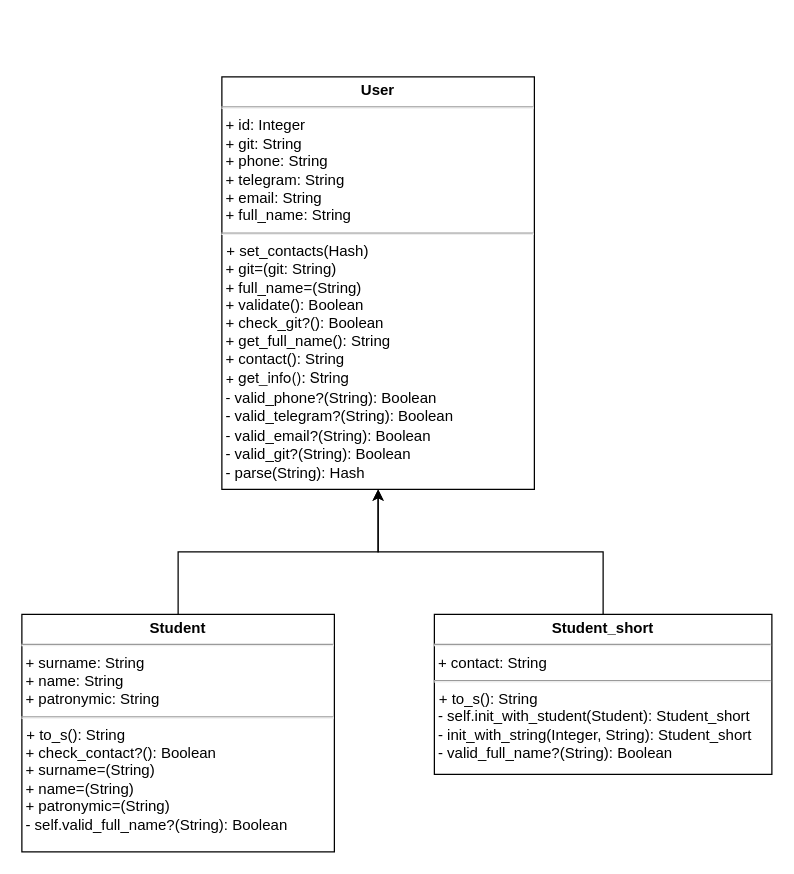
asyanix/designPatterns keeps this draw.io diagram as Student Authorization System/Student_Diagr.drawio. Above is the earlier version. Source tidied: cells renumbered, new cells numbered last; positions are measured from the earlier drawing's top-left corner, leaving out a move shared by most shapes. Both pictures are drawn from the tidied source at 125%, with x=0, y=0 at pixel (21, 76).
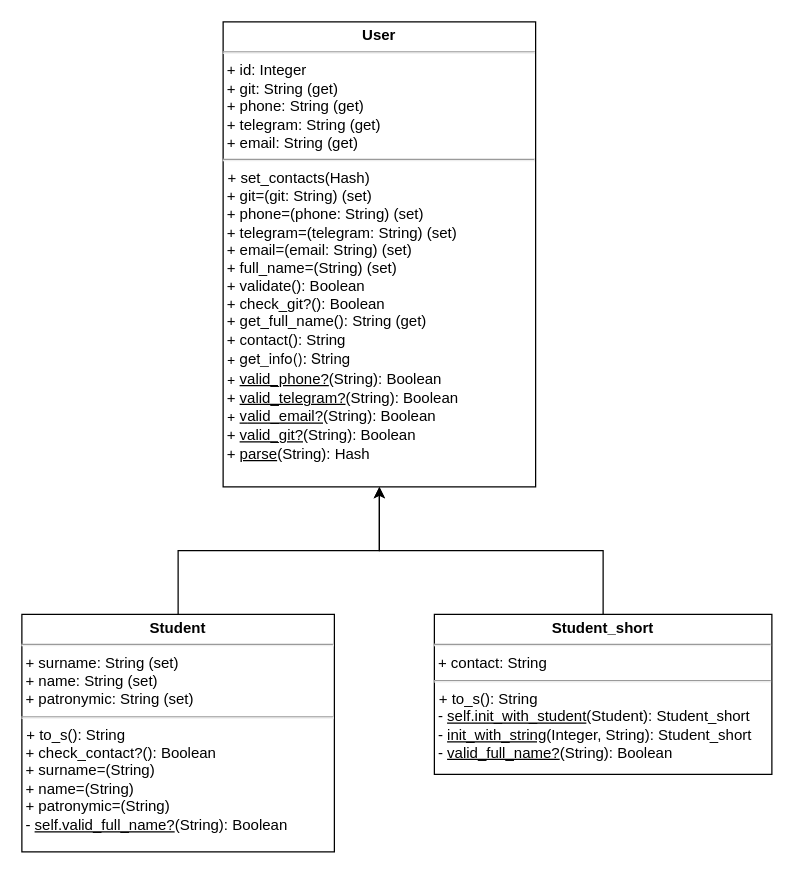
After the change.

What changed in the source:
```diff
@@
 <mxGraphModel>
   <root>
     <mxCell id="0" />
     <mxCell id="1" parent="0" />
-    <mxCell id="2" value="&lt;p style=&quot;margin: 4px 0px 0px; text-align: center;&quot;&gt;&lt;b style=&quot;&quot;&gt;&lt;font style=&quot;font-size: 12px;&quot;&gt;User&lt;/font&gt;&lt;/b&gt;&lt;/p&gt;&lt;hr style=&quot;&quot;&gt;&lt;div style=&quot;border-color: var(--border-color);&quot;&gt;&lt;font style=&quot;border-color: var(--border-color); font-size: 12px;&quot; face=&quot;Helvetica&quot;&gt;&amp;nbsp;+ id: Integer&lt;/font&gt;&lt;/div&gt;&lt;div style=&quot;border-color: var(--border-color);&quot;&gt;&lt;font style=&quot;font-size: 12px;&quot;&gt;&amp;nbsp;+ git: String&lt;/font&gt;&lt;/div&gt;&lt;div style=&quot;border-color: var(--border-color);&quot;&gt;&lt;font style=&quot;font-size: 12px;&quot;&gt;&amp;nbsp;+ phone: String&lt;/font&gt;&lt;/div&gt;&lt;div style=&quot;border-color: var(--border-color);&quot;&gt;&lt;font style=&quot;font-size: 12px;&quot;&gt;&amp;nbsp;+ telegram: String&lt;/font&gt;&lt;/div&gt;&lt;div style=&quot;border-color: var(--border-color);&quot;&gt;&lt;font style=&quot;font-size: 12px;&quot;&gt;&amp;nbsp;+ email: String&lt;/font&gt;&lt;/div&gt;&lt;div style=&quot;border-color: var(--border-color);&quot;&gt;&lt;font style=&quot;font-size: 12px;&quot;&gt;&amp;nbsp;+ full_name: String&lt;/font&gt;&lt;/div&gt;&lt;hr style=&quot;&quot;&gt;&lt;p style=&quot;margin: 0px 0px 0px 4px;&quot;&gt;&lt;font style=&quot;font-size: 12px;&quot;&gt;+ set_contacts(Hash)&amp;nbsp;&lt;/font&gt;&lt;/p&gt;&lt;font style=&quot;font-size: 12px;&quot;&gt;&amp;nbsp;+ git=(git: String)&lt;br style=&quot;&quot;&gt;&amp;nbsp;+ full_name=(String)&lt;br style=&quot;&quot;&gt;&amp;nbsp;+&amp;nbsp;validate(): Boolean&lt;br style=&quot;&quot;&gt;&amp;nbsp;+&amp;nbsp;check_git?(): Boolean&lt;br style=&quot;&quot;&gt;&amp;nbsp;+&amp;nbsp;get_full_name(): String&lt;br style=&quot;&quot;&gt;&amp;nbsp;+ contact(): String&lt;br style=&quot;&quot;&gt;&lt;span style=&quot;font-family: &amp;quot;Helvetica Neue&amp;quot;; background-color: initial;&quot; class=&quot;Apple-converted-space&quot;&gt;&amp;nbsp;+ get_info(): String&lt;span style=&quot;background-color: initial;&quot; class=&quot;Apple-converted-space&quot;&gt;&amp;nbsp;&lt;/span&gt;&lt;span style=&quot;background-color: initial;&quot;&gt;&amp;nbsp;&lt;br&gt;&lt;/span&gt;&amp;nbsp;-&amp;nbsp;&lt;/span&gt;valid_phone?(String): Boolean&lt;br&gt;&amp;nbsp;-&amp;nbsp;valid_telegram?(String): Boolean&lt;span style=&quot;font-family: &amp;quot;Helvetica Neue&amp;quot;; background-color: initial;&quot; class=&quot;Apple-converted-space&quot;&gt;&amp;nbsp;&lt;br&gt;&amp;nbsp;- v&lt;/span&gt;alid_email?(String): Boolean&lt;br&gt;&amp;nbsp;-&amp;nbsp;valid_git?(String): Boolean&lt;br&gt;&amp;nbsp;- parse(String): Hash&amp;nbsp;&lt;span style=&quot;font-family: &amp;quot;Helvetica Neue&amp;quot;; background-color: initial;&quot;&gt;&lt;/span&gt;&lt;br&gt;&lt;br&gt;&lt;span style=&quot;font-family: &amp;quot;Helvetica Neue&amp;quot;; background-color: initial;&quot; class=&quot;Apple-converted-space&quot;&gt;&amp;nbsp;&lt;/span&gt;&lt;/font&gt;" style="verticalAlign=top;align=left;overflow=fill;fontSize=12;fontFamily=Helvetica;html=1;whiteSpace=wrap;spacingLeft=1;spacing=0;spacingTop=0;" parent="1" vertex="1">
-      <mxGeometry x="160" width="250" height="330" as="geometry" />
+    <mxCell id="2" value="&lt;p style=&quot;margin: 4px 0px 0px; text-align: center;&quot;&gt;&lt;b style=&quot;&quot;&gt;&lt;font style=&quot;font-size: 12px;&quot;&gt;User&lt;/font&gt;&lt;/b&gt;&lt;/p&gt;&lt;hr style=&quot;&quot;&gt;&lt;div style=&quot;border-color: var(--border-color);&quot;&gt;&lt;font style=&quot;border-color: var(--border-color); font-size: 12px;&quot; face=&quot;Helvetica&quot;&gt;&amp;nbsp;+ id: Integer&lt;/font&gt;&lt;/div&gt;&lt;div style=&quot;border-color: var(--border-color);&quot;&gt;&lt;font style=&quot;font-size: 12px;&quot;&gt;&amp;nbsp;+ git: String (get)&lt;/font&gt;&lt;/div&gt;&lt;div style=&quot;border-color: var(--border-color);&quot;&gt;&lt;font style=&quot;font-size: 12px;&quot;&gt;&amp;nbsp;+ phone: String (get)&lt;/font&gt;&lt;/div&gt;&lt;div style=&quot;border-color: var(--border-color);&quot;&gt;&lt;font style=&quot;font-size: 12px;&quot;&gt;&amp;nbsp;+ telegram: String (get)&lt;/font&gt;&lt;/div&gt;&lt;div style=&quot;border-color: var(--border-color);&quot;&gt;&lt;font style=&quot;font-size: 12px;&quot;&gt;&amp;nbsp;+ email: String (get)&lt;/font&gt;&lt;/div&gt;&lt;hr style=&quot;&quot;&gt;&lt;p style=&quot;margin: 0px 0px 0px 4px;&quot;&gt;&lt;font style=&quot;font-size: 12px;&quot;&gt;+ set_contacts(Hash)&amp;nbsp;&lt;/font&gt;&lt;/p&gt;&lt;font style=&quot;font-size: 12px;&quot;&gt;&amp;nbsp;+ git=(git: String) (set)&lt;br&gt;&amp;nbsp;+ phone=(phone: String) (set)&lt;br&gt;&amp;nbsp;+ telegram=(telegram: String) (set)&lt;br&gt;&amp;nbsp;+&amp;nbsp;email=(email: String) (set)&lt;br style=&quot;&quot;&gt;&amp;nbsp;+ full_name=(String) (set)&lt;br style=&quot;&quot;&gt;&amp;nbsp;+&amp;nbsp;validate(): Boolean&lt;br style=&quot;&quot;&gt;&amp;nbsp;+&amp;nbsp;check_git?(): Boolean&lt;br style=&quot;&quot;&gt;&amp;nbsp;+&amp;nbsp;get_full_name(): String (get)&lt;br style=&quot;&quot;&gt;&amp;nbsp;+ contact(): String&lt;br style=&quot;&quot;&gt;&lt;span style=&quot;font-family: &amp;quot;Helvetica Neue&amp;quot;; background-color: initial;&quot; class=&quot;Apple-converted-space&quot;&gt;&amp;nbsp;+ get_info(): String&lt;span style=&quot;background-color: initial;&quot; class=&quot;Apple-converted-space&quot;&gt;&amp;nbsp;&lt;/span&gt;&lt;span style=&quot;background-color: initial;&quot;&gt;&amp;nbsp;&lt;br&gt;&lt;/span&gt;&amp;nbsp;+&amp;nbsp;&lt;/span&gt;&lt;u&gt;valid_phone?&lt;/u&gt;(String): Boolean&lt;br&gt;&amp;nbsp;+&amp;nbsp;&lt;u&gt;valid_telegram?&lt;/u&gt;(String): Boolean&lt;span style=&quot;font-family: &amp;quot;Helvetica Neue&amp;quot;; background-color: initial;&quot; class=&quot;Apple-converted-space&quot;&gt;&amp;nbsp;&lt;br&gt;&amp;nbsp;+&amp;nbsp;&lt;u&gt;v&lt;/u&gt;&lt;/span&gt;&lt;u&gt;alid_email?&lt;/u&gt;(String): Boolean&lt;br&gt;&amp;nbsp;+&amp;nbsp;&lt;u&gt;valid_git?&lt;/u&gt;(String): Boolean&lt;br&gt;&amp;nbsp;+&amp;nbsp;&lt;u&gt;parse&lt;/u&gt;(String): Hash&amp;nbsp;&lt;span style=&quot;font-family: &amp;quot;Helvetica Neue&amp;quot;; background-color: initial;&quot;&gt;&lt;/span&gt;&lt;br&gt;&lt;br&gt;&lt;span style=&quot;font-family: &amp;quot;Helvetica Neue&amp;quot;; background-color: initial;&quot; class=&quot;Apple-converted-space&quot;&gt;&amp;nbsp;&lt;/span&gt;&lt;/font&gt;" style="verticalAlign=top;align=left;overflow=fill;fontSize=12;fontFamily=Helvetica;html=1;whiteSpace=wrap;spacingLeft=1;spacing=0;spacingTop=0;" parent="1" vertex="1">
+      <mxGeometry x="161" y="-44" width="250" height="372" as="geometry" />
     </mxCell>
     <mxCell id="3" style="edgeStyle=orthogonalEdgeStyle;rounded=0;jettySize=auto;html=1;entryX=0.5;entryY=1;entryDx=0;entryDy=0;" parent="1" edge="1" source="4" target="2">
       <mxGeometry relative="1" as="geometry" />
     </mxCell>
-    <mxCell id="4" value="&lt;p style=&quot;margin: 4px 0px 0px; text-align: center; font-size: 12px;&quot;&gt;&lt;b style=&quot;font-size: 12px;&quot;&gt;&lt;font style=&quot;font-size: 12px;&quot;&gt;Student&lt;/font&gt;&lt;/b&gt;&lt;/p&gt;&lt;hr style=&quot;font-size: 12px;&quot;&gt;&lt;div style=&quot;border-color: var(--border-color); font-size: 12px;&quot;&gt;&lt;font style=&quot;border-color: var(--border-color); font-size: 12px;&quot;&gt;&amp;nbsp;+ surname: String&lt;br style=&quot;font-size: 12px;&quot;&gt;&lt;/font&gt;&lt;/div&gt;&lt;div style=&quot;border-color: var(--border-color); font-size: 12px;&quot;&gt;&lt;font style=&quot;border-color: var(--border-color); font-size: 12px;&quot;&gt;&amp;nbsp;+ name: String&lt;/font&gt;&lt;/div&gt;&lt;div style=&quot;border-color: var(--border-color); font-size: 12px;&quot;&gt;&lt;font style=&quot;border-color: var(--border-color); font-size: 12px;&quot;&gt;&amp;nbsp;+ patronymic: String&lt;/font&gt;&lt;/div&gt;&lt;hr style=&quot;font-size: 12px;&quot;&gt;&lt;p style=&quot;margin: 0px 0px 0px 4px; font-size: 12px;&quot;&gt;&lt;font style=&quot;font-size: 12px;&quot;&gt;+ t&lt;/font&gt;o_s(): String&lt;span style=&quot;font-size: 12px; background-color: initial;&quot; class=&quot;Apple-converted-space&quot;&gt;&amp;nbsp;&lt;/span&gt;&lt;/p&gt;&lt;font style=&quot;font-size: 12px;&quot;&gt;&amp;nbsp;+&amp;nbsp;check_contact?(): Boolean&lt;br style=&quot;font-size: 12px;&quot;&gt;&amp;nbsp;+ surname=(String)&lt;br style=&quot;font-size: 12px;&quot;&gt;&amp;nbsp;+&amp;nbsp;name=(String)&lt;br style=&quot;font-size: 12px;&quot;&gt;&amp;nbsp;+ patronymic=(String)&lt;span style=&quot;background-color: initial; font-size: 12px;&quot; class=&quot;Apple-converted-space&quot;&gt;&lt;span style=&quot;background-color: initial; font-size: 12px;&quot;&gt;&lt;br style=&quot;font-size: 12px;&quot;&gt;&lt;/span&gt;&amp;nbsp;-&amp;nbsp;self.valid_full_name?(String): Boolean&lt;span style=&quot;font-size: 12px; background-color: initial;&quot; class=&quot;Apple-converted-space&quot;&gt;&amp;nbsp;&lt;/span&gt;&lt;/span&gt;&lt;br style=&quot;font-size: 12px;&quot;&gt;&lt;br style=&quot;font-size: 12px;&quot;&gt;&lt;span style=&quot;background-color: initial; font-size: 12px;&quot; class=&quot;Apple-converted-space&quot;&gt;&amp;nbsp;&lt;/span&gt;&lt;/font&gt;" style="verticalAlign=top;align=left;overflow=fill;fontSize=12;fontFamily=Helvetica;html=1;whiteSpace=wrap;spacingLeft=1;spacing=0;spacingTop=0;" parent="1" vertex="1">
+    <mxCell id="4" value="&lt;p style=&quot;margin: 4px 0px 0px; text-align: center; font-size: 12px;&quot;&gt;&lt;b style=&quot;font-size: 12px;&quot;&gt;&lt;font style=&quot;font-size: 12px;&quot;&gt;Student&lt;/font&gt;&lt;/b&gt;&lt;/p&gt;&lt;hr style=&quot;font-size: 12px;&quot;&gt;&lt;div style=&quot;border-color: var(--border-color); font-size: 12px;&quot;&gt;&lt;font style=&quot;border-color: var(--border-color); font-size: 12px;&quot;&gt;&amp;nbsp;+ surname: String (set)&lt;br style=&quot;font-size: 12px;&quot;&gt;&lt;/font&gt;&lt;/div&gt;&lt;div style=&quot;border-color: var(--border-color); font-size: 12px;&quot;&gt;&lt;font style=&quot;border-color: var(--border-color); font-size: 12px;&quot;&gt;&amp;nbsp;+ name: String (set)&lt;/font&gt;&lt;/div&gt;&lt;div style=&quot;border-color: var(--border-color); font-size: 12px;&quot;&gt;&lt;font style=&quot;border-color: var(--border-color); font-size: 12px;&quot;&gt;&amp;nbsp;+ patronymic: String (set)&lt;/font&gt;&lt;/div&gt;&lt;hr style=&quot;font-size: 12px;&quot;&gt;&lt;p style=&quot;margin: 0px 0px 0px 4px; font-size: 12px;&quot;&gt;&lt;font style=&quot;font-size: 12px;&quot;&gt;+ t&lt;/font&gt;o_s(): String&lt;span style=&quot;font-size: 12px; background-color: initial;&quot; class=&quot;Apple-converted-space&quot;&gt;&amp;nbsp;&lt;/span&gt;&lt;/p&gt;&lt;font style=&quot;font-size: 12px;&quot;&gt;&amp;nbsp;+&amp;nbsp;check_contact?(): Boolean&lt;br style=&quot;font-size: 12px;&quot;&gt;&amp;nbsp;+ surname=(String)&lt;br style=&quot;font-size: 12px;&quot;&gt;&amp;nbsp;+&amp;nbsp;name=(String)&lt;br style=&quot;font-size: 12px;&quot;&gt;&amp;nbsp;+ patronymic=(String)&lt;span style=&quot;background-color: initial; font-size: 12px;&quot; class=&quot;Apple-converted-space&quot;&gt;&lt;span style=&quot;background-color: initial; font-size: 12px;&quot;&gt;&lt;br style=&quot;font-size: 12px;&quot;&gt;&lt;/span&gt;&amp;nbsp;-&amp;nbsp;&lt;u&gt;self.valid_full_name?&lt;/u&gt;(String): Boolean&lt;span style=&quot;font-size: 12px; background-color: initial;&quot; class=&quot;Apple-converted-space&quot;&gt;&amp;nbsp;&lt;/span&gt;&lt;/span&gt;&lt;br style=&quot;font-size: 12px;&quot;&gt;&lt;br style=&quot;font-size: 12px;&quot;&gt;&lt;span style=&quot;background-color: initial; font-size: 12px;&quot; class=&quot;Apple-converted-space&quot;&gt;&amp;nbsp;&lt;/span&gt;&lt;/font&gt;" style="verticalAlign=top;align=left;overflow=fill;fontSize=12;fontFamily=Helvetica;html=1;whiteSpace=wrap;spacingLeft=1;spacing=0;spacingTop=0;" parent="1" vertex="1">
       <mxGeometry y="430" width="250" height="190" as="geometry" />
     </mxCell>
     <mxCell id="5" style="edgeStyle=orthogonalEdgeStyle;rounded=0;jettySize=auto;html=1;entryX=0.5;entryY=1;entryDx=0;entryDy=0;" parent="1" edge="1" source="6" target="2">
       <mxGeometry relative="1" as="geometry" />
     </mxCell>
-    <mxCell id="6" value="&lt;p style=&quot;margin: 4px 0px 0px; text-align: center;&quot;&gt;&lt;b style=&quot;&quot;&gt;&lt;font face=&quot;Helvetica&quot; style=&quot;font-size: 12px;&quot;&gt;Student_short&lt;/font&gt;&lt;/b&gt;&lt;/p&gt;&lt;hr style=&quot;&quot;&gt;&lt;div style=&quot;border-color: var(--border-color);&quot;&gt;&lt;font style=&quot;font-size: 12px;&quot;&gt;&lt;span style=&quot;background-color: initial;&quot;&gt;&lt;font face=&quot;Lt6sbaxPKtE7krCIfs0r&quot;&gt;&amp;nbsp;&lt;/font&gt;+&amp;nbsp;contact&lt;/span&gt;&lt;span style=&quot;background-color: initial;&quot;&gt;: String&lt;/span&gt;&lt;/font&gt;&lt;/div&gt;&lt;hr style=&quot;&quot;&gt;&lt;p style=&quot;margin: 0px 0px 0px 4px;&quot;&gt;&lt;font style=&quot;font-size: 12px;&quot;&gt;&lt;font style=&quot;font-size: 12px;&quot;&gt;+&amp;nbsp;&lt;/font&gt;to_s(): String&lt;span style=&quot;background-color: initial;&quot; class=&quot;Apple-converted-space&quot;&gt;&amp;nbsp;&lt;/span&gt;&lt;/font&gt;&lt;/p&gt;&lt;font style=&quot;font-size: 12px;&quot;&gt;&lt;span style=&quot;background-color: initial;&quot; class=&quot;Apple-converted-space&quot;&gt;&amp;nbsp;-&amp;nbsp;&lt;/span&gt;self.init_with_student(Student): Student_short&lt;br&gt;&amp;nbsp;-&amp;nbsp;init_with_string(Integer, String): Student_short&lt;br&gt;&lt;span style=&quot;background-color: initial;&quot; class=&quot;Apple-converted-space&quot;&gt;&amp;nbsp;- valid_full_name?(String): Boolean&lt;/span&gt;&lt;br&gt;&lt;br&gt;&lt;span style=&quot;font-family: Lt6sbaxPKtE7krCIfs0r; background-color: initial;&quot; class=&quot;Apple-converted-space&quot;&gt;&amp;nbsp;&lt;/span&gt;&lt;/font&gt;" style="verticalAlign=top;align=left;overflow=fill;fontSize=12;fontFamily=Helvetica;html=1;whiteSpace=wrap;spacingLeft=1;spacing=0;spacingTop=0;" parent="1" vertex="1">
+    <mxCell id="6" value="&lt;p style=&quot;margin: 4px 0px 0px; text-align: center;&quot;&gt;&lt;b style=&quot;&quot;&gt;&lt;font face=&quot;Helvetica&quot; style=&quot;font-size: 12px;&quot;&gt;Student_short&lt;/font&gt;&lt;/b&gt;&lt;/p&gt;&lt;hr style=&quot;&quot;&gt;&lt;div style=&quot;border-color: var(--border-color);&quot;&gt;&lt;font style=&quot;font-size: 12px;&quot;&gt;&lt;span style=&quot;background-color: initial;&quot;&gt;&lt;font face=&quot;Lt6sbaxPKtE7krCIfs0r&quot;&gt;&amp;nbsp;&lt;/font&gt;+&amp;nbsp;contact&lt;/span&gt;&lt;span style=&quot;background-color: initial;&quot;&gt;: String&lt;/span&gt;&lt;/font&gt;&lt;/div&gt;&lt;hr style=&quot;&quot;&gt;&lt;p style=&quot;margin: 0px 0px 0px 4px;&quot;&gt;&lt;font style=&quot;font-size: 12px;&quot;&gt;&lt;font style=&quot;font-size: 12px;&quot;&gt;+&amp;nbsp;&lt;/font&gt;to_s(): String&lt;span style=&quot;background-color: initial;&quot; class=&quot;Apple-converted-space&quot;&gt;&amp;nbsp;&lt;/span&gt;&lt;/font&gt;&lt;/p&gt;&lt;font style=&quot;font-size: 12px;&quot;&gt;&lt;span style=&quot;background-color: initial;&quot; class=&quot;Apple-converted-space&quot;&gt;&amp;nbsp;-&amp;nbsp;&lt;/span&gt;&lt;u&gt;self.init_with_student&lt;/u&gt;(Student): Student_short&lt;br&gt;&amp;nbsp;-&amp;nbsp;&lt;u&gt;init_with_string&lt;/u&gt;(Integer, String): Student_short&lt;br&gt;&lt;span style=&quot;background-color: initial;&quot; class=&quot;Apple-converted-space&quot;&gt;&amp;nbsp;- &lt;u&gt;valid_full_name?&lt;/u&gt;(String): Boolean&lt;/span&gt;&lt;br&gt;&lt;br&gt;&lt;span style=&quot;font-family: Lt6sbaxPKtE7krCIfs0r; background-color: initial;&quot; class=&quot;Apple-converted-space&quot;&gt;&amp;nbsp;&lt;/span&gt;&lt;/font&gt;" style="verticalAlign=top;align=left;overflow=fill;fontSize=12;fontFamily=Helvetica;html=1;whiteSpace=wrap;spacingLeft=1;spacing=0;spacingTop=0;" parent="1" vertex="1">
       <mxGeometry x="330" y="430" width="270" height="128" as="geometry" />
     </mxCell>
   </root>
 </mxGraphModel>
```
